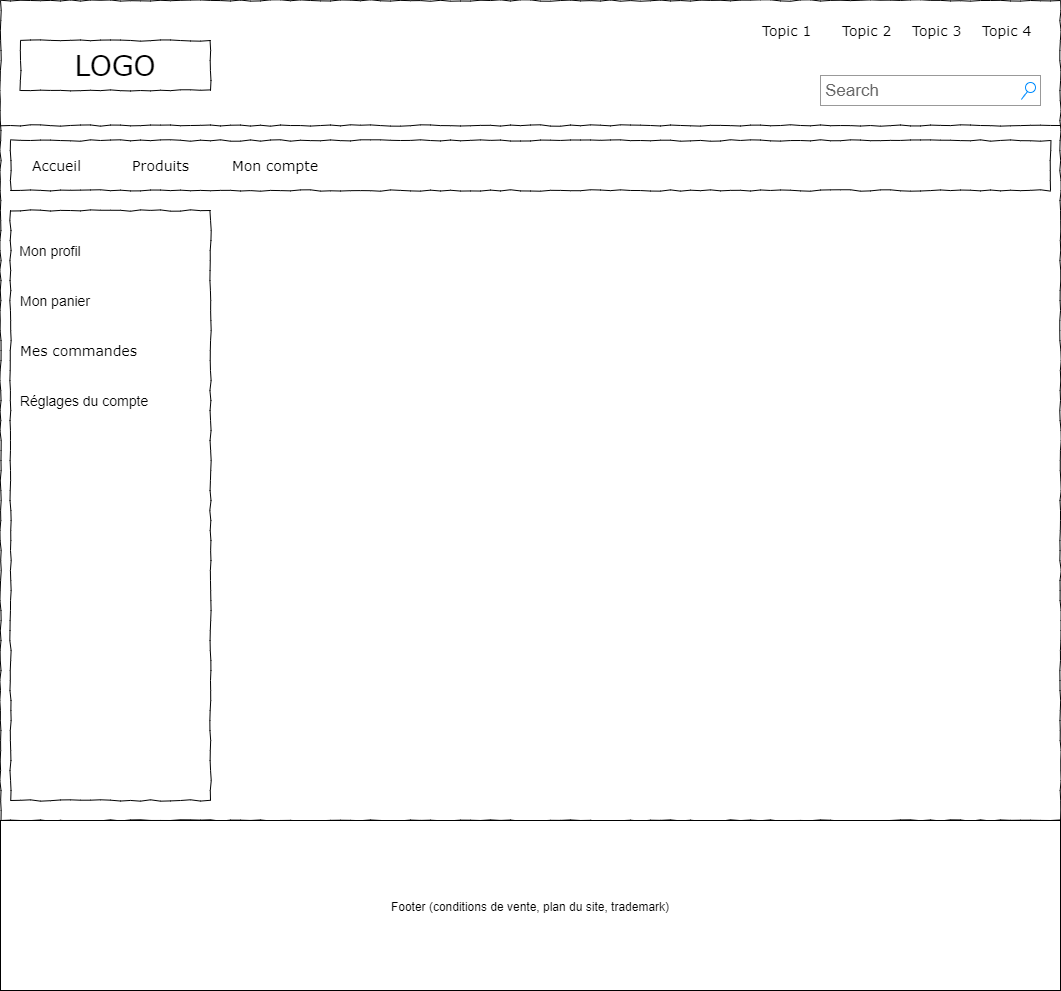
The draw.io diagram maquette/maquette page compte.png in syned9/eCommerce, before a commit. Source tidied: cells renumbered, new cells last; positions are measured from the earlier drawing's top-left corner, leaving out a move shared by most shapes.
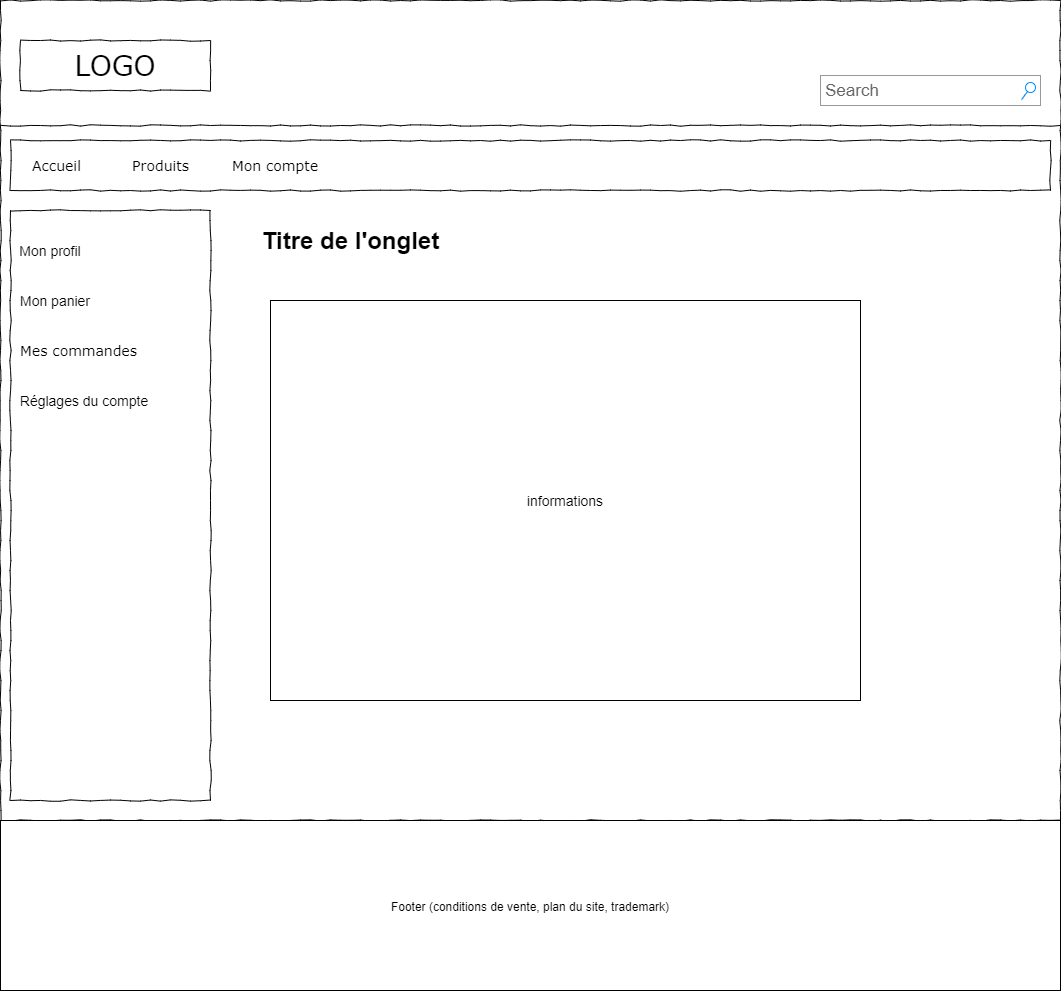
The same diagram one commit later.

What changed in the source:
```diff
@@ -11,18 +11,6 @@
     <mxCell id="4" value="Search" style="strokeWidth=1;shadow=0;dashed=0;align=center;html=1;shape=mxgraph.mockup.forms.searchBox;strokeColor=#999999;mainText=;strokeColor2=#008cff;fontColor=#666666;fontSize=17;align=left;spacingLeft=3;rounded=0;labelBackgroundColor=none;comic=1;" parent="1" vertex="1">
       <mxGeometry x="820" y="75" width="220" height="30" as="geometry" />
     </mxCell>
-    <mxCell id="5" value="Topic 1" style="text;html=1;align=left;verticalAlign=top;spacingTop=-4;fontSize=14;fontFamily=Verdana;" parent="1" vertex="1">
-      <mxGeometry x="760" y="20" width="60" height="20" as="geometry" />
-    </mxCell>
-    <mxCell id="6" value="Topic 2" style="text;html=1;align=left;verticalAlign=top;spacingTop=-4;fontSize=14;fontFamily=Verdana;" parent="1" vertex="1">
-      <mxGeometry x="840" y="20" width="60" height="20" as="geometry" />
-    </mxCell>
-    <mxCell id="7" value="Topic 3" style="text;html=1;align=left;verticalAlign=top;spacingTop=-4;fontSize=14;fontFamily=Verdana;" parent="1" vertex="1">
-      <mxGeometry x="910" y="20" width="60" height="20" as="geometry" />
-    </mxCell>
-    <mxCell id="8" value="Topic 4" style="text;html=1;align=left;verticalAlign=top;spacingTop=-4;fontSize=14;fontFamily=Verdana;" parent="1" vertex="1">
-      <mxGeometry x="980" y="20" width="60" height="20" as="geometry" />
-    </mxCell>
     <mxCell id="9" style="whiteSpace=wrap;html=1;rounded=0;shadow=0;labelBackgroundColor=none;strokeWidth=1;fillColor=none;fontFamily=Verdana;fontSize=12;align=center;comic=1;" parent="1" vertex="1">
       <mxGeometry x="10" y="210" width="200" height="590" as="geometry" />
     </mxCell>
@@ -56,5 +44,11 @@
     <mxCell id="19" value="&lt;span style=&quot;font-size: 12px&quot;&gt;Footer (conditions de vente, plan du site, trademark)&lt;/span&gt;" style="rounded=0;whiteSpace=wrap;html=1;fontSize=14;" parent="1" vertex="1">
       <mxGeometry y="820" width="1060" height="170" as="geometry" />
     </mxCell>
+    <mxCell id="20" value="informations" style="rounded=0;whiteSpace=wrap;html=1;fontSize=14;" parent="1" vertex="1">
+      <mxGeometry x="270" y="300" width="590" height="400" as="geometry" />
+    </mxCell>
+    <mxCell id="21" value="Titre de l'onglet" style="text;strokeColor=none;fillColor=none;html=1;fontSize=24;fontStyle=1;verticalAlign=middle;align=center;" parent="1" vertex="1">
+      <mxGeometry x="250" y="220" width="200" height="40" as="geometry" />
+    </mxCell>
   </root>
 </mxGraphModel>
```
